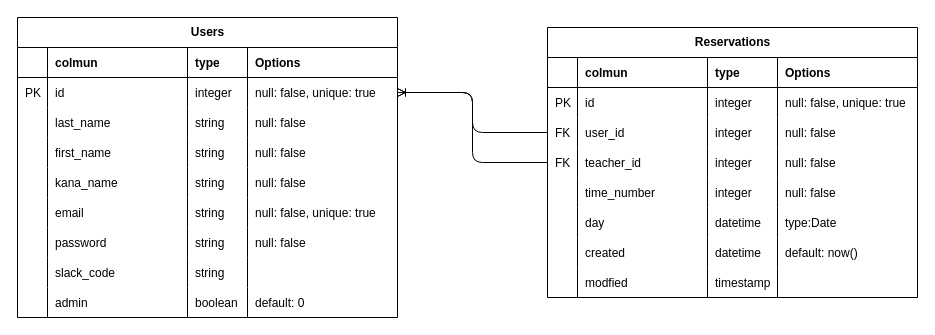
yudai142/reserve_system keeps this draw.io diagram as ER図(面談予約管理アプリ).drawio. Above is the earlier version. Source tidied: cells renumbered, new cells numbered last; positions are measured from the earlier drawing's top-left corner, leaving out a move shared by most shapes. Both pictures are drawn from the tidied source at 100%, with x=0, y=0 at pixel (17, 17).
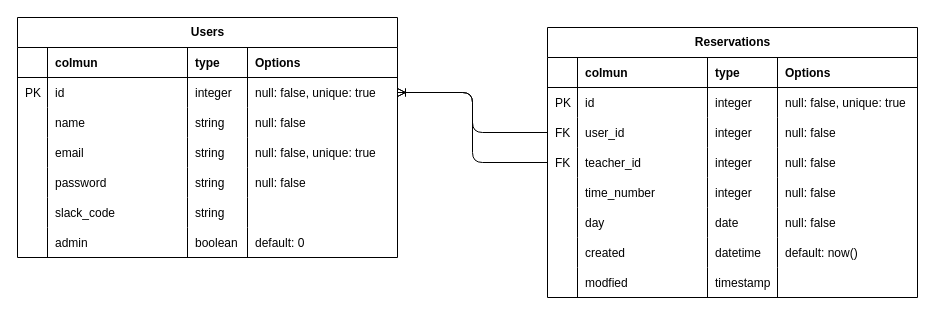
After the change.

Unchanged cells that the change refers to:
```xml
<mxCell id="74" style="shape=partialRectangle;fillColor=none;top=0;left=0;bottom=0;right=0;" parent="48" vertex="1">
  <mxGeometry y="180" width="370" height="30" as="geometry" />
</mxCell>
```

What changed in the source:
```diff
@@
     <mxCell id="2" value="Users" style="shape=table;startSize=30;childLayout=tableLayout;rowLines=0;fontStyle=1;align=center;html=1;direction=east;" parent="1" vertex="1">
-      <mxGeometry width="380" height="300" as="geometry" />
+      <mxGeometry width="380" height="240" as="geometry" />
     </mxCell>
@@
-    <mxCell id="13" style="shape=partialRectangle;fillColor=none;top=0;left=0;bottom=0;right=0;" parent="2" vertex="1">
-      <mxGeometry y="90" width="380" height="30" as="geometry" />
-    </mxCell>
-    <mxCell id="14" style="shape=partialRectangle;fillColor=none;top=0;left=0;bottom=0;right=0;align=left;spacingLeft=6;overflow=hidden;" parent="13" vertex="1">
-      <mxGeometry width="30" height="30" as="geometry" />
-    </mxCell>
-    <mxCell id="15" value="last_name" style="shape=partialRectangle;fillColor=none;top=0;left=0;bottom=0;right=0;align=left;spacingLeft=6;overflow=hidden;" parent="13" vertex="1">
-      <mxGeometry x="30" width="140" height="30" as="geometry" />
-    </mxCell>
-    <mxCell id="16" value="string" style="shape=partialRectangle;fillColor=none;top=0;left=0;bottom=0;right=0;align=left;spacingLeft=6;overflow=hidden;" parent="13" vertex="1">
-      <mxGeometry x="170" width="60" height="30" as="geometry" />
-    </mxCell>
-    <mxCell id="17" value="null: false" style="shape=partialRectangle;fillColor=none;top=0;left=0;bottom=0;right=0;align=left;spacingLeft=6;overflow=hidden;" parent="13" vertex="1">
-      <mxGeometry x="230" width="150" height="30" as="geometry" />
-    </mxCell>
-    <mxCell id="18" style="shape=partialRectangle;fillColor=none;top=0;left=0;bottom=0;right=0;" parent="2" vertex="1">
-      <mxGeometry y="120" width="380" height="30" as="geometry" />
-    </mxCell>
-    <mxCell id="19" style="shape=partialRectangle;fillColor=none;top=0;left=0;bottom=0;right=0;align=left;spacingLeft=6;overflow=hidden;" parent="18" vertex="1">
-      <mxGeometry width="30" height="30" as="geometry" />
-    </mxCell>
-    <mxCell id="20" value="first_name" style="shape=partialRectangle;fillColor=none;top=0;left=0;bottom=0;right=0;align=left;spacingLeft=6;overflow=hidden;" parent="18" vertex="1">
-      <mxGeometry x="30" width="140" height="30" as="geometry" />
-    </mxCell>
-    <mxCell id="21" value="string" style="shape=partialRectangle;fillColor=none;top=0;left=0;bottom=0;right=0;align=left;spacingLeft=6;overflow=hidden;" parent="18" vertex="1">
-      <mxGeometry x="170" width="60" height="30" as="geometry" />
-    </mxCell>
-    <mxCell id="22" value="null: false" style="shape=partialRectangle;fillColor=none;top=0;left=0;bottom=0;right=0;align=left;spacingLeft=6;overflow=hidden;" parent="18" vertex="1">
-      <mxGeometry x="230" width="150" height="30" as="geometry" />
-    </mxCell>
     <mxCell id="23" style="shape=partialRectangle;fillColor=none;top=0;left=0;bottom=0;right=0;" parent="2" vertex="1">
-      <mxGeometry y="150" width="380" height="30" as="geometry" />
+      <mxGeometry y="90" width="380" height="30" as="geometry" />
     </mxCell>
@@
-    <mxCell id="25" value="kana_name" style="shape=partialRectangle;fillColor=none;top=0;left=0;bottom=0;right=0;align=left;spacingLeft=6;overflow=hidden;" parent="23" vertex="1">
+    <mxCell id="25" value="name" style="shape=partialRectangle;fillColor=none;top=0;left=0;bottom=0;right=0;align=left;spacingLeft=6;overflow=hidden;" parent="23" vertex="1">
       <mxGeometry x="30" width="140" height="30" as="geometry" />
     </mxCell>
@@
     <mxCell id="28" style="shape=partialRectangle;fillColor=none;top=0;left=0;bottom=0;right=0;" parent="2" vertex="1">
-      <mxGeometry y="180" width="380" height="30" as="geometry" />
+      <mxGeometry y="120" width="380" height="30" as="geometry" />
     </mxCell>
@@
     <mxCell id="33" style="shape=partialRectangle;fillColor=none;top=0;left=0;bottom=0;right=0;" parent="2" vertex="1">
-      <mxGeometry y="210" width="380" height="30" as="geometry" />
+      <mxGeometry y="150" width="380" height="30" as="geometry" />
     </mxCell>
@@
     <mxCell id="38" style="shape=partialRectangle;fillColor=none;top=0;left=0;bottom=0;right=0;" parent="2" vertex="1">
-      <mxGeometry y="240" width="380" height="30" as="geometry" />
+      <mxGeometry y="180" width="380" height="30" as="geometry" />
     </mxCell>
@@
     <mxCell id="43" style="shape=partialRectangle;fillColor=none;top=0;left=0;bottom=0;right=0;" parent="2" vertex="1">
-      <mxGeometry y="270" width="380" height="30" as="geometry" />
+      <mxGeometry y="210" width="380" height="30" as="geometry" />
     </mxCell>
@@
-    <mxCell id="77" value="datetime" style="shape=partialRectangle;fillColor=none;top=0;left=0;bottom=0;right=0;align=left;spacingLeft=6;overflow=hidden;" parent="74" vertex="1">
+    <mxCell id="77" value="date" style="shape=partialRectangle;fillColor=none;top=0;left=0;bottom=0;right=0;align=left;spacingLeft=6;overflow=hidden;" parent="74" vertex="1">
       <mxGeometry x="160" width="70" height="30" as="geometry" />
     </mxCell>
-    <mxCell id="78" value="type:Date" style="shape=partialRectangle;fillColor=none;top=0;left=0;bottom=0;right=0;align=left;spacingLeft=6;overflow=hidden;" parent="74" vertex="1">
+    <mxCell id="78" value="null: false" style="shape=partialRectangle;fillColor=none;top=0;left=0;bottom=0;right=0;align=left;spacingLeft=6;overflow=hidden;" parent="74" vertex="1">
       <mxGeometry x="230" width="140" height="30" as="geometry" />
     </mxCell>
```
